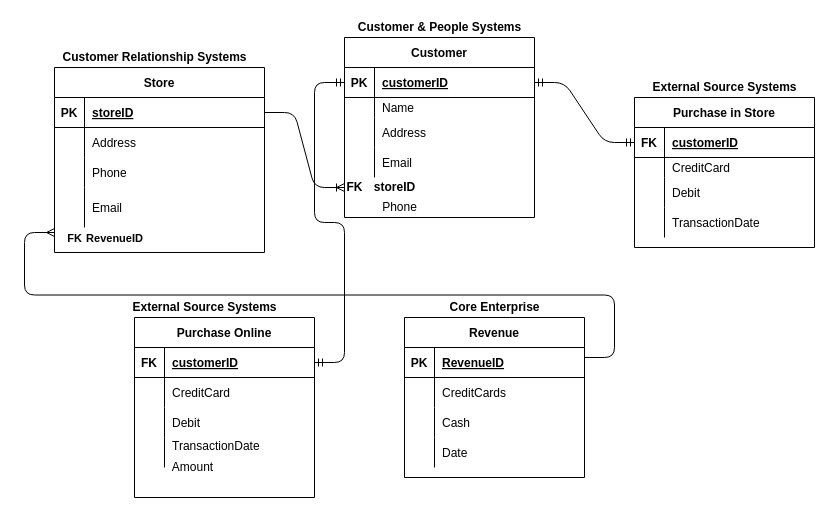
Before: page "Page-2" (2 of 2) of Untitled Diagram.drawio in tomektomeknyc/DataAnalytics, a draw.io diagram. Source tidied: cells renumbered, new cells numbered last; positions are measured from the earlier drawing's top-left corner, leaving out a move shared by most shapes. Both pictures are drawn from the tidied source at 100%, with x=0, y=0 at pixel (54, 17).
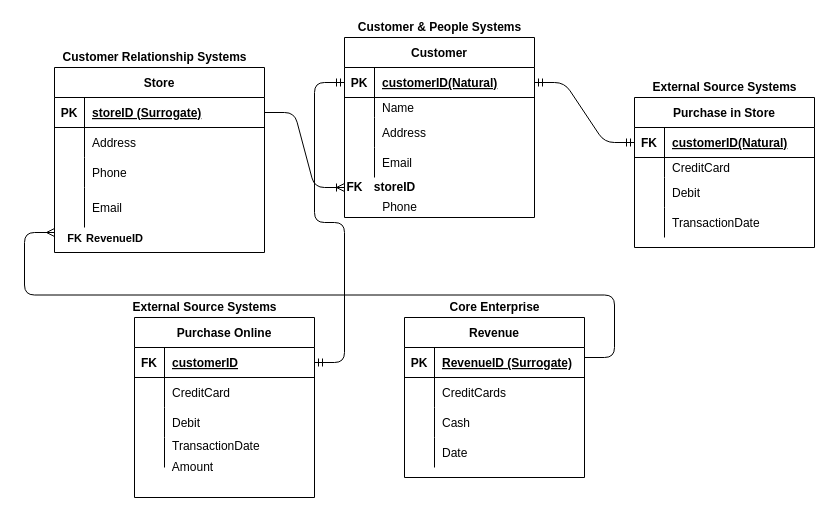
Above is the later version.

The change refers to these unchanged cells:
```xml
<mxCell id="3" style="shape=partialRectangle;fillColor=none;top=0;left=0;bottom=1;right=0;points=[[0,0.5],[1,0.5]];portConstraint=eastwest;" parent="2" vertex="1">
  <mxGeometry y="30" width="210" height="30" as="geometry" />
</mxCell>
<mxCell id="16" style="shape=partialRectangle;fillColor=none;top=0;left=0;bottom=1;right=0;points=[[0,0.5],[1,0.5]];portConstraint=eastwest;" parent="15" vertex="1">
  <mxGeometry y="30" width="190" height="30" as="geometry" />
</mxCell>
<mxCell id="29" style="shape=partialRectangle;fillColor=none;top=0;left=0;bottom=1;right=0;points=[[0,0.5],[1,0.5]];portConstraint=eastwest;" parent="28" vertex="1">
  <mxGeometry y="30" width="180" height="30" as="geometry" />
</mxCell>
<mxCell id="55" style="shape=partialRectangle;fillColor=none;top=0;left=0;bottom=1;right=0;" parent="54" vertex="1">
  <mxGeometry y="30" width="180" height="30" as="geometry" />
</mxCell>
```

Change to the diagram source:
```diff
@@
-    <mxCell id="5" value="storeID" style="shape=partialRectangle;fillColor=none;top=0;left=0;bottom=0;right=0;align=left;spacingLeft=6;fontStyle=5;overflow=hidden;" parent="3" vertex="1">
+    <mxCell id="5" value="storeID (Surrogate)" style="shape=partialRectangle;fillColor=none;top=0;left=0;bottom=0;right=0;align=left;spacingLeft=6;fontStyle=5;overflow=hidden;" parent="3" vertex="1">
       <mxGeometry x="30" width="180" height="30" as="geometry" />
     </mxCell>
@@
-    <mxCell id="18" value="customerID" style="shape=partialRectangle;fillColor=none;top=0;left=0;bottom=0;right=0;align=left;spacingLeft=6;fontStyle=5;overflow=hidden;" parent="16" vertex="1">
+    <mxCell id="18" value="customerID(Natural)" style="shape=partialRectangle;fillColor=none;top=0;left=0;bottom=0;right=0;align=left;spacingLeft=6;fontStyle=5;overflow=hidden;" parent="16" vertex="1">
       <mxGeometry x="30" width="160" height="30" as="geometry" />
     </mxCell>
@@
-    <mxCell id="31" value="customerID" style="shape=partialRectangle;fillColor=none;top=0;left=0;bottom=0;right=0;align=left;spacingLeft=6;fontStyle=5;overflow=hidden;" parent="29" vertex="1">
+    <mxCell id="31" value="customerID(Natural)" style="shape=partialRectangle;fillColor=none;top=0;left=0;bottom=0;right=0;align=left;spacingLeft=6;fontStyle=5;overflow=hidden;" parent="29" vertex="1">
       <mxGeometry x="30" width="150" height="30" as="geometry" />
     </mxCell>
@@
-    <mxCell id="57" value="RevenueID" style="shape=partialRectangle;fillColor=none;top=0;left=0;bottom=0;right=0;align=left;spacingLeft=6;fontStyle=5;overflow=hidden;" parent="55" vertex="1">
+    <mxCell id="57" value="RevenueID (Surrogate)" style="shape=partialRectangle;fillColor=none;top=0;left=0;bottom=0;right=0;align=left;spacingLeft=6;fontStyle=5;overflow=hidden;" parent="55" vertex="1">
       <mxGeometry x="30" width="150" height="30" as="geometry" />
     </mxCell>
```
